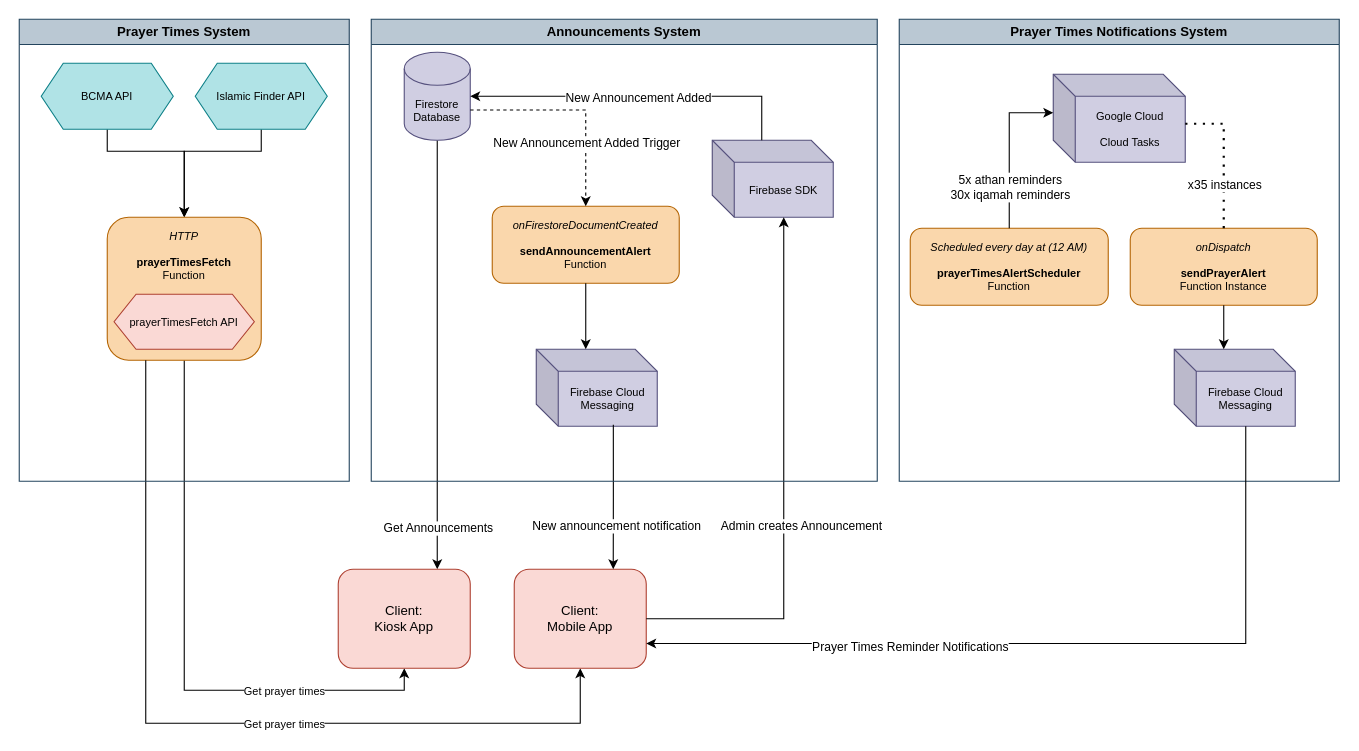
Above: content/assets/editable_architecture_diagram.drawio in Kelowna-Islamic-Center/documentation (draw.io), before the change. Source tidied: cells renumbered, new cells numbered last; positions are measured from the earlier drawing's top-left corner, leaving out a move shared by most shapes. Both pictures are drawn from the tidied source at 110%, with x=0, y=0 at pixel (19, 19).
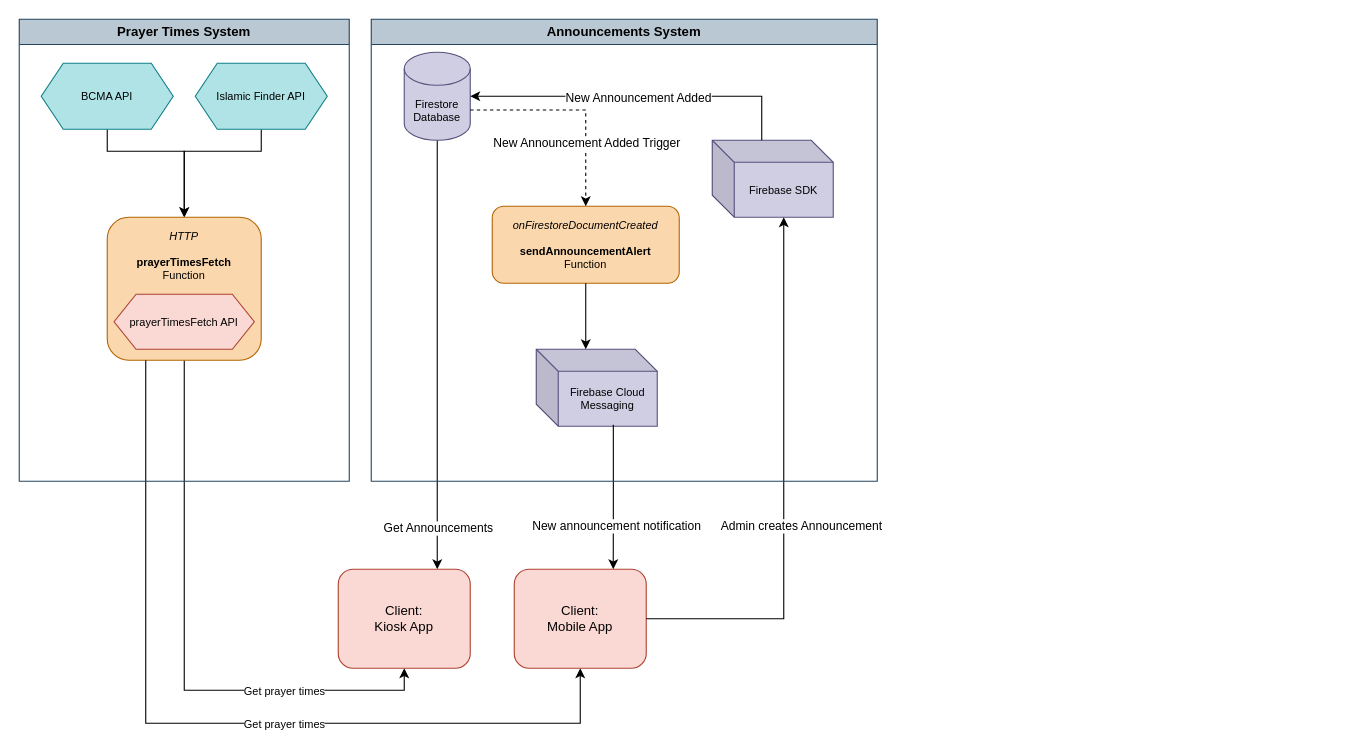
After the change.

Commit message (it also covers changes not shown here):
Simplify and consolidate core architecture documentation

Unchanged cells that the change refers to:
```xml
<mxCell id="21" value="Client:&lt;br&gt;&lt;div&gt;Mobile App&lt;/div&gt;" style="rounded=1;whiteSpace=wrap;html=1;fillColor=#fad9d5;strokeColor=#ae4132;" parent="1" vertex="1">
  <mxGeometry x="450" y="500" width="120" height="90" as="geometry" />
</mxCell>
```

Diff of the diagram source:
```diff
@@
-    <mxCell id="30" value="Prayer Times Notifications System" style="swimlane;whiteSpace=wrap;html=1;fillColor=#bac8d3;strokeColor=#23445d;" parent="1" vertex="1">
-      <mxGeometry x="800" width="400" height="420" as="geometry" />
-    </mxCell>
-    <mxCell id="31" value="&lt;div&gt;&lt;i&gt;Scheduled every day at (12 AM)&lt;/i&gt;&lt;/div&gt;&lt;div&gt;&lt;br&gt;&lt;b&gt;prayerTimesAlertScheduler&lt;/b&gt;&lt;br&gt;Function&lt;/div&gt;" style="rounded=1;whiteSpace=wrap;html=1;fontSize=10;fillColor=#fad7ac;strokeColor=#b46504;" parent="30" vertex="1">
-      <mxGeometry x="10" y="190" width="180" height="70" as="geometry" />
-    </mxCell>
-    <mxCell id="32" value="&lt;div&gt;&lt;i&gt;onDispatch&lt;/i&gt;&lt;/div&gt;&lt;div&gt;&lt;br&gt;&lt;b&gt;sendPrayerAlert&lt;/b&gt;&lt;br&gt;Function Instance&lt;/div&gt;" style="rounded=1;whiteSpace=wrap;html=1;fontSize=10;fillColor=#fad7ac;strokeColor=#b46504;" parent="30" vertex="1">
-      <mxGeometry x="210" y="190" width="170" height="70" as="geometry" />
-    </mxCell>
-    <mxCell id="33" value="Google Cloud&lt;br&gt;&lt;br&gt;Cloud Tasks" style="shape=cube;whiteSpace=wrap;html=1;boundedLbl=1;backgroundOutline=1;darkOpacity=0.05;darkOpacity2=0.1;size=20;fontSize=10;fillColor=#d0cee2;strokeColor=#56517e;" parent="30" vertex="1">
-      <mxGeometry x="140" y="50" width="120" height="80" as="geometry" />
-    </mxCell>
-    <mxCell id="34" style="edgeStyle=orthogonalEdgeStyle;rounded=0;jettySize=auto;html=1;exitX=0.5;exitY=0;exitDx=0;exitDy=0;entryX=0;entryY=0;entryDx=0;entryDy=35;entryPerimeter=0;" parent="30" edge="1" source="31" target="33">
-      <mxGeometry relative="1" as="geometry" />
-    </mxCell>
-    <mxCell id="35" value="&lt;div&gt;5x athan reminders&lt;/div&gt;&lt;div&gt;30x iqamah reminders&lt;/div&gt;" style="edgeLabel;html=1;align=center;verticalAlign=middle;" parent="34" vertex="1">
-      <mxGeometry x="-0.12" y="1" relative="1" as="geometry">
-        <mxPoint x="1" y="26" as="offset" />
-      </mxGeometry>
-    </mxCell>
-    <mxCell id="36" style="endArrow=none;dashed=1;html=1;dashPattern=1 3;strokeWidth=2;rounded=0;exitX=0;exitY=0;exitDx=120;exitDy=45;exitPerimeter=0;entryX=0.5;entryY=0;entryDx=0;entryDy=0;" parent="30" edge="1" source="33" target="32">
-      <mxGeometry relative="1" as="geometry">
-        <Array as="points">
-          <mxPoint x="295" y="95" />
-        </Array>
-      </mxGeometry>
-    </mxCell>
-    <mxCell id="37" value="x35 instances" style="edgeLabel;html=1;align=center;verticalAlign=middle;" parent="36" vertex="1">
-      <mxGeometry x="-0.32" relative="1" as="geometry">
-        <mxPoint y="46" as="offset" />
-      </mxGeometry>
-    </mxCell>
-    <mxCell id="38" value="Firebase Cloud Messaging" style="shape=cube;whiteSpace=wrap;html=1;boundedLbl=1;backgroundOutline=1;darkOpacity=0.05;darkOpacity2=0.1;fillColor=#d0cee2;strokeColor=#56517e;fontSize=10;" parent="30" vertex="1">
-      <mxGeometry x="250" y="300" width="110" height="70" as="geometry" />
-    </mxCell>
-    <mxCell id="39" style="edgeStyle=orthogonalEdgeStyle;rounded=0;jettySize=auto;html=1;exitX=0.5;exitY=1;exitDx=0;exitDy=0;entryX=0;entryY=0;entryDx=45;entryDy=0;entryPerimeter=0;" parent="30" edge="1" source="32" target="38">
-      <mxGeometry relative="1" as="geometry" />
-    </mxCell>
-    <mxCell id="40" style="edgeStyle=orthogonalEdgeStyle;rounded=0;jettySize=auto;html=1;exitX=0;exitY=0;exitDx=65;exitDy=70;exitPerimeter=0;entryX=1;entryY=0.75;entryDx=0;entryDy=0;" parent="1" edge="1" source="38" target="21">
-      <mxGeometry relative="1" as="geometry" />
-    </mxCell>
-    <mxCell id="41" value="Prayer Times Reminder Notifications" style="edgeLabel;html=1;align=center;verticalAlign=middle;" parent="40" vertex="1">
-      <mxGeometry x="0.35" y="5" relative="1" as="geometry">
-        <mxPoint x="-2" y="-2" as="offset" />
-      </mxGeometry>
-    </mxCell>
```
